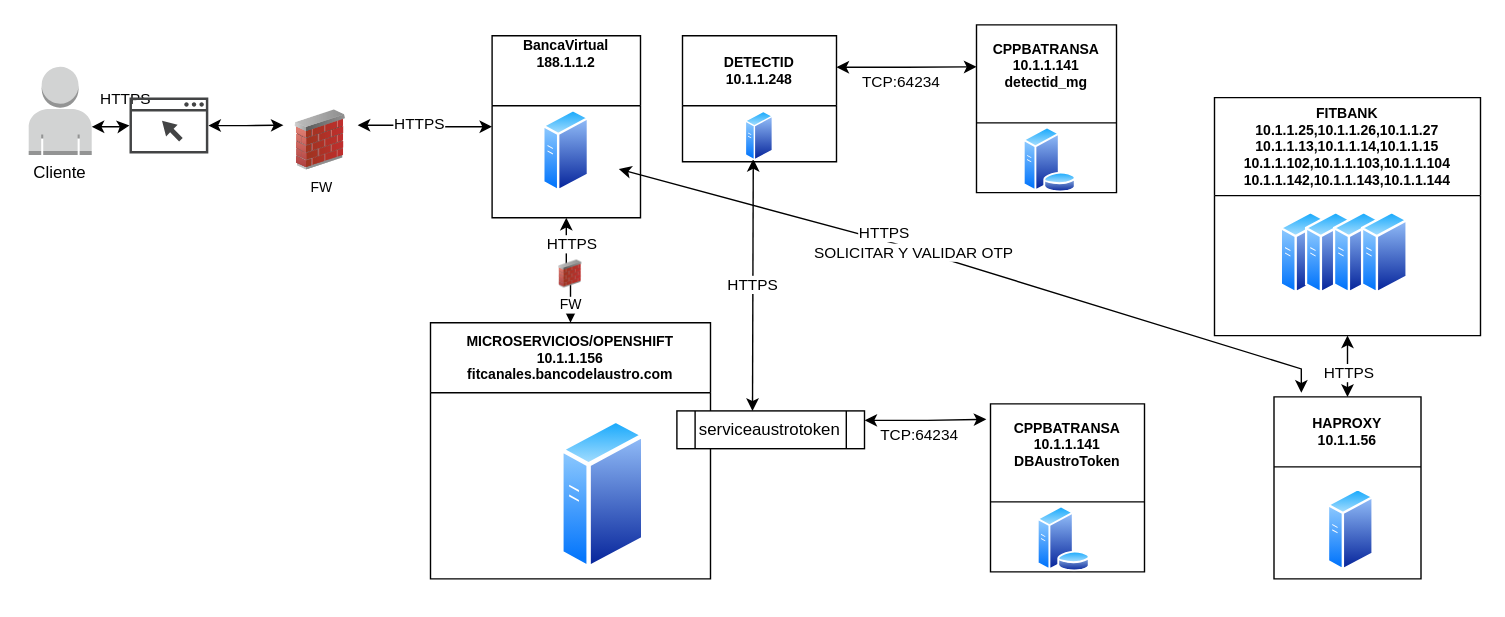
Before: admincupos.drawio in davidguillermofg/Diagrams, a draw.io diagram. Source tidied: cells renumbered, new cells numbered last; positions are measured from the earlier drawing's top-left corner, leaving out a move shared by most shapes. Both pictures are drawn from the tidied source at 140%, with x=0, y=0 at pixel (24, 24).
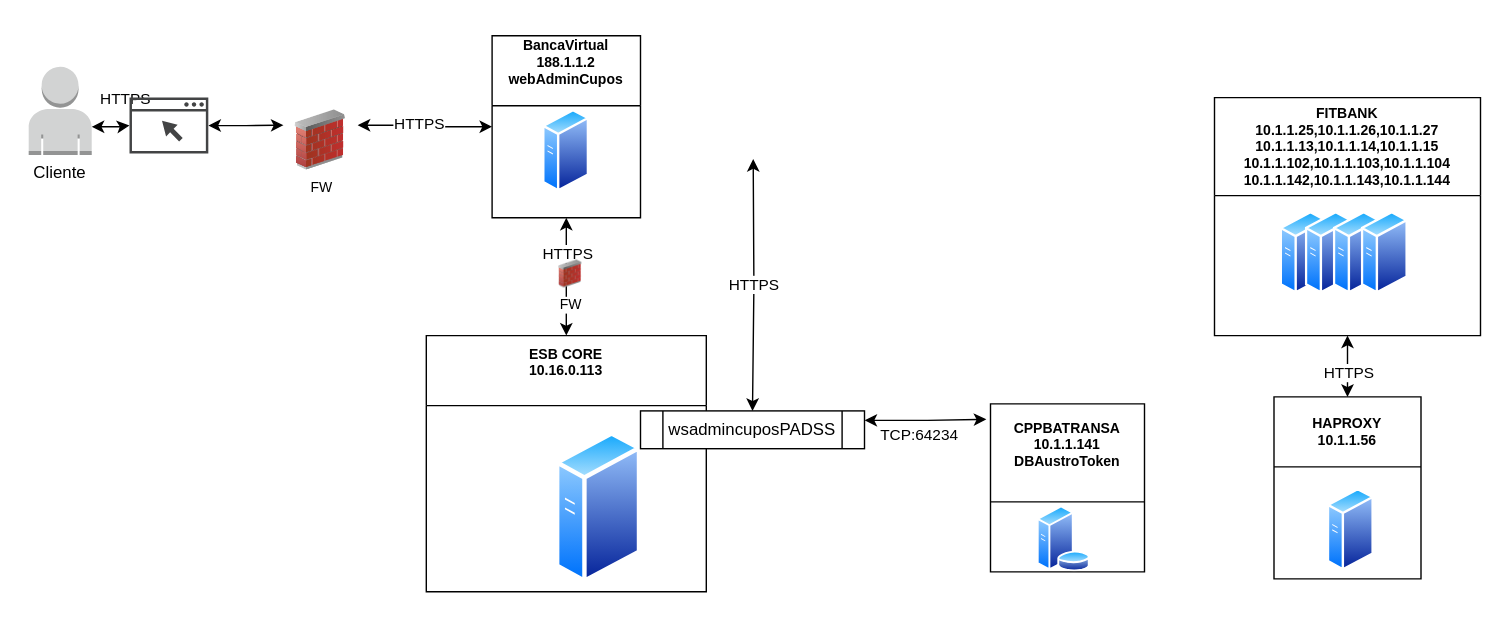
After the change.

The change refers to these unchanged cells:
```xml
<mxCell id="27" value="HAPROXY&#10;10.1.1.56" style="swimlane;startSize=50;fontSize=10;" parent="1" vertex="1">
  <mxGeometry x="892.5" y="266" width="105" height="130" as="geometry" />
</mxCell>
```

Diff of the diagram source:
```diff
@@
-    <mxCell id="6" value="MICROSERVICIOS/OPENSHIFT&#10;10.1.1.156&#10;fitcanales.bancodelaustro.com" style="swimlane;startSize=50;fontSize=10;" parent="1" vertex="1">
-      <mxGeometry x="290" y="213" width="200" height="183" as="geometry" />
+    <mxCell id="6" value="ESB CORE&#10;10.16.0.113&#10;" style="swimlane;startSize=50;fontSize=10;" parent="1" vertex="1">
+      <mxGeometry x="287" y="222.2" width="200" height="183" as="geometry" />
     </mxCell>
@@
-    <mxCell id="16" value="BancaVirtual&#10;188.1.1.2&#10;&#10;" style="swimlane;startSize=50;fontSize=10;" parent="1" vertex="1">
+    <mxCell id="16" value="BancaVirtual&#10;188.1.1.2&#10;webAdminCupos&#10;" style="swimlane;startSize=50;fontSize=10;" parent="1" vertex="1">
       <mxGeometry x="334" y="8" width="106" height="130" as="geometry" />
     </mxCell>
@@
-    <mxCell id="18" value="serviceaustrotoken" style="shape=process;whiteSpace=wrap;html=1;backgroundOutline=1;" parent="1" vertex="1">
-      <mxGeometry x="466" y="276" width="134" height="27" as="geometry" />
+    <mxCell id="18" value="wsadmincuposPADSS" style="shape=process;whiteSpace=wrap;html=1;backgroundOutline=1;" parent="1" vertex="1">
+      <mxGeometry x="440" y="276" width="160" height="27" as="geometry" />
     </mxCell>
@@
-    <mxCell id="33" style="rounded=0;jettySize=auto;html=1;startArrow=classic;startFill=1;entryX=0.186;entryY=-0.023;entryDx=0;entryDy=0;entryPerimeter=0;" parent="1" edge="1" target="27">
-      <mxGeometry relative="1" as="geometry">
-        <mxPoint x="424.5" y="103.2" as="sourcePoint" />
-        <Array as="points">
-          <mxPoint x="620" y="156" />
-          <mxPoint x="912" y="246" />
-        </Array>
-      </mxGeometry>
-    </mxCell>
-    <mxCell id="34" value="HTTPS" style="edgeLabel;html=1;align=center;verticalAlign=middle;" parent="33" vertex="1">
-      <mxGeometry x="-0.3" y="3" relative="1" as="geometry">
-        <mxPoint x="11" as="offset" />
-      </mxGeometry>
-    </mxCell>
-    <mxCell id="35" value="SOLICITAR Y VALIDAR OTP" style="edgeLabel;html=1;align=center;verticalAlign=middle;" parent="33" vertex="1">
-      <mxGeometry x="-0.17" y="-2" relative="1" as="geometry" />
-    </mxCell>
-    <mxCell id="36" value="HTTPS" style="edgeStyle=orthogonalEdgeStyle;rounded=0;jettySize=auto;html=1;startArrow=classic;startFill=1;entryX=0.5;entryY=0;entryDx=0;entryDy=0;exitX=0.25;exitY=1;exitDx=0;exitDy=0;" parent="1" edge="1" source="38">
+    <mxCell id="36" value="HTTPS" style="edgeStyle=orthogonalEdgeStyle;rounded=0;orthogonalLoop=1;jettySize=auto;html=1;startArrow=classic;startFill=1;entryX=0.5;entryY=0;entryDx=0;entryDy=0;exitX=0.25;exitY=1;exitDx=0;exitDy=0;" parent="1" edge="1">
       <mxGeometry relative="1" as="geometry">
+        <mxPoint x="520.5" y="96.1" as="sourcePoint" />
         <mxPoint x="520" y="276" as="targetPoint" />
       </mxGeometry>
     </mxCell>
-    <mxCell id="37" value="DETECTID&#10;10.1.1.248" style="swimlane;startSize=50;fontSize=10;" parent="1" vertex="1">
-      <mxGeometry x="470" y="8" width="110" height="90" as="geometry" />
-    </mxCell>
-    <mxCell id="38" style="perimeter=ellipsePerimeter;html=1;align=center;shadow=0;dashed=0;spacingTop=3;image;image=img/lib/active_directory/generic_server.svg;fontSize=10;" parent="37" vertex="1">
-      <mxGeometry x="44.9" y="53.8" width="20.3" height="36.2" as="geometry" />
-    </mxCell>
-    <mxCell id="39" style="edgeStyle=orthogonalEdgeStyle;rounded=0;jettySize=auto;html=1;exitX=1;exitY=0.25;exitDx=0;exitDy=0;entryX=0;entryY=0.25;entryDx=0;entryDy=0;startArrow=classic;startFill=1;" parent="1" edge="1" source="37" target="41">
-      <mxGeometry relative="1" as="geometry" />
-    </mxCell>
-    <mxCell id="40" value="TCP:64234" style="edgeLabel;html=1;align=center;verticalAlign=middle;" parent="39" vertex="1">
-      <mxGeometry x="-0.04" relative="1" as="geometry">
-        <mxPoint x="-3" y="10" as="offset" />
-      </mxGeometry>
-    </mxCell>
-    <mxCell id="41" value="CPPBATRANSA&#10;10.1.1.141&#10;detectid_mg&#10;" style="swimlane;startSize=70;fontSize=10;" parent="1" vertex="1">
-      <mxGeometry x="680" y="0.3" width="100" height="119.8" as="geometry" />
-    </mxCell>
-    <mxCell id="42" style="perimeter=ellipsePerimeter;html=1;align=center;shadow=0;dashed=0;spacingTop=3;image;image=img/lib/active_directory/database_server.svg;" parent="41" vertex="1">
-      <mxGeometry x="33.2" y="73" width="38.5" height="47" as="geometry" />
-    </mxCell>
```
